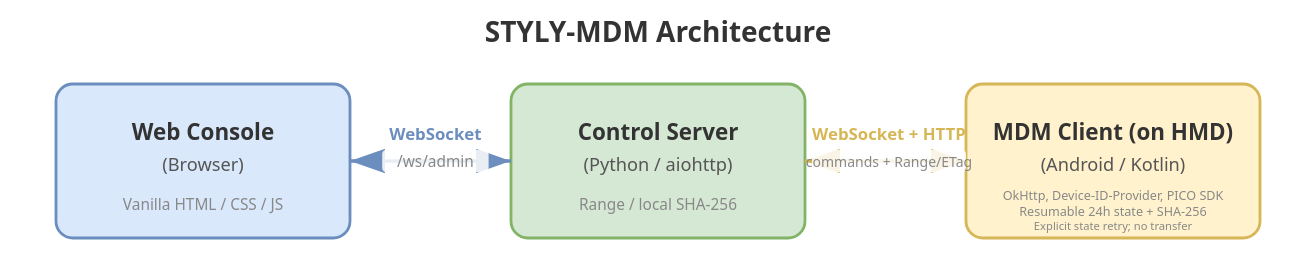
This is docs/architecture.drawio.svg from styly-dev/STYLY-MDM, a draw.io export, as it was before one commit. Source tidied: cells renumbered, new cells last; positions are measured from the earlier drawing's top-left corner, leaving out a move shared by most shapes.
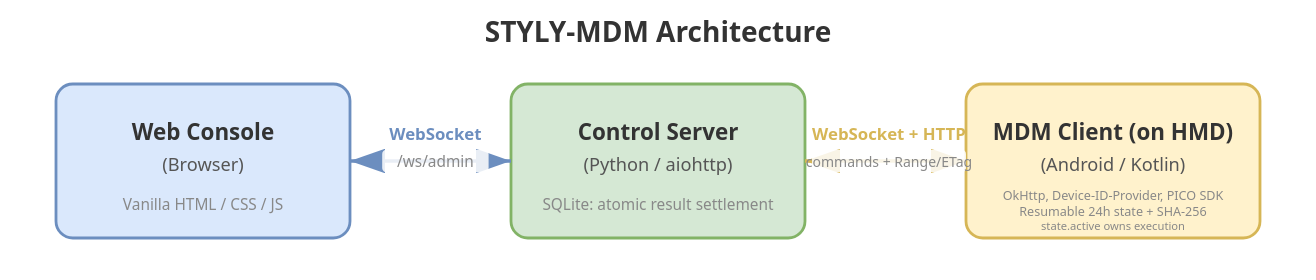
The same file after the commit.

What changed in the source:
```diff
@@ -17,7 +17,7 @@
     <mxCell id="6" value="&lt;b&gt;Control Server&lt;/b&gt;&lt;br&gt;(Python / aiohttp)" style="text;html=1;align=center;verticalAlign=middle;" parent="1" vertex="1">
       <mxGeometry x="365" y="85" width="130" height="50" as="geometry" />
     </mxCell>
-    <mxCell id="7" value="Range / local SHA-256" style="text;html=1;align=center;verticalAlign=middle;fontColor=#666666;fontSize=10;" parent="1" vertex="1">
+    <mxCell id="7" value="SQLite: atomic result settlement" style="text;html=1;align=center;verticalAlign=middle;fontColor=#666666;fontSize=10;" parent="1" vertex="1">
       <mxGeometry x="350" y="135" width="160" height="20" as="geometry" />
     </mxCell>
     <mxCell id="8" style="rounded=1;whiteSpace=wrap;html=1;fillColor=#fff2cc;strokeColor=#d6b656;arcSize=10;" parent="1" vertex="1">
@@ -26,7 +26,7 @@
     <mxCell id="9" value="&lt;b&gt;MDM Client (on HMD)&lt;/b&gt;&lt;br&gt;(Android / Kotlin)" style="text;html=1;align=center;verticalAlign=middle;" parent="1" vertex="1">
       <mxGeometry x="700" y="85" width="120" height="50" as="geometry" />
     </mxCell>
-    <mxCell id="10" value="OkHttp, Device-ID-Provider, PICO SDK; resumable 24h SHA-256 state" style="text;html=1;align=center;verticalAlign=middle;fontColor=#666666;fontSize=10;" parent="1" vertex="1">
+    <mxCell id="10" value="OkHttp, Device-ID-Provider, PICO SDK; resumable 24h SHA-256 state; state.active owns execution" style="text;html=1;align=center;verticalAlign=middle;fontColor=#666666;fontSize=10;" parent="1" vertex="1">
       <mxGeometry x="665" y="135" width="190" height="20" as="geometry" />
     </mxCell>
     <mxCell id="11" style="edgeStyle=orthogonalEdgeStyle;rounded=0;jettySize=auto;containsPoints=1;endArrow=block;endFill=1;startArrow=block;startFill=1;strokeWidth=2;strokeColor=#6c8ebf;" parent="1" edge="1" source="2" target="5">
```
